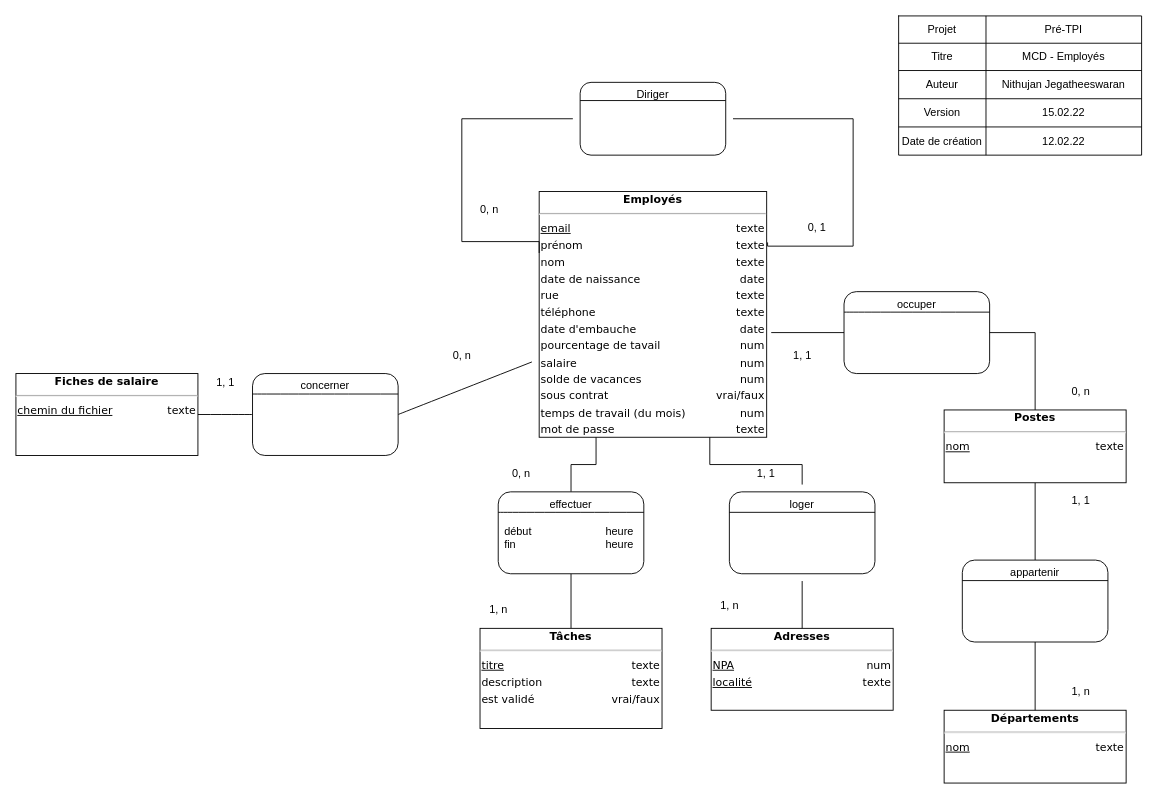
J-Nithujan/employee_mgmt_app keeps this draw.io diagram as conception/MCD_Employés.drawio. Above is the earlier version. Source tidied: cells renumbered, new cells numbered last; positions are measured from the earlier drawing's top-left corner, leaving out a move shared by most shapes. Both pictures are drawn from the tidied source at 91%, with x=0, y=0 at pixel (15, 15).
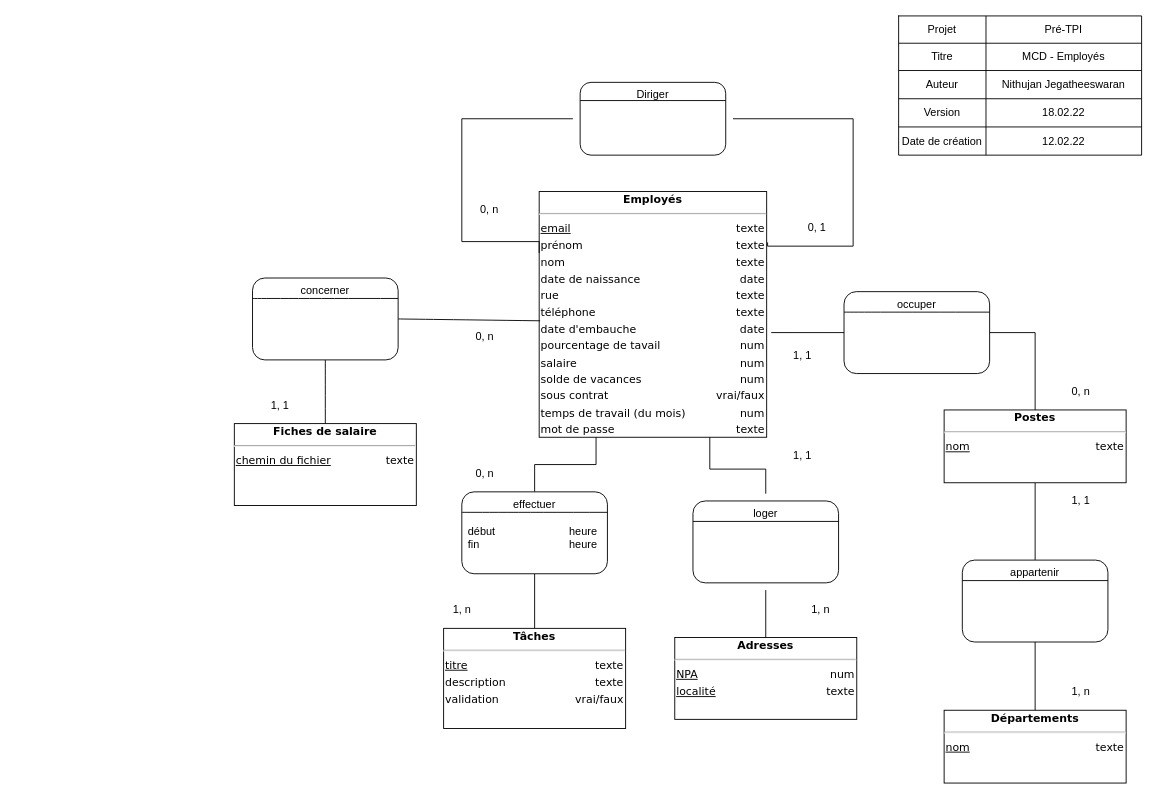
The same page after the edit.

The change refers to these unchanged cells:
```xml
<mxCell id="12" style="shape=partialRectangle;html=1;whiteSpace=wrap;fillColor=none;top=0;left=0;bottom=0;right=0;" parent="2" vertex="1">
  <mxGeometry y="91" width="267" height="31" as="geometry" />
</mxCell>
<mxCell id="18" value="&lt;div style=&quot;box-sizing: border-box ; width: 100% ; padding: 2px&quot;&gt;&lt;span style=&quot;background-color: rgb(255 , 255 , 255)&quot;&gt;&lt;b&gt;Employés&lt;/b&gt;&lt;/span&gt;&lt;/div&gt;&lt;hr&gt;&lt;table style=&quot;width: 100% ; font-size: 1em&quot; cellpadding=&quot;2&quot; cellspacing=&quot;0&quot;&gt;&lt;tbody&gt;&lt;tr&gt;&lt;td style=&quot;text-align: left&quot;&gt;&lt;u&gt;email&lt;/u&gt;&lt;br&gt;&lt;/td&gt;&lt;td style=&quot;text-align: right&quot;&gt;texte&lt;/td&gt;&lt;/tr&gt;&lt;tr&gt;&lt;td style=&quot;text-align: left&quot;&gt;prénom&lt;/td&gt;&lt;td style=&quot;text-align: right&quot;&gt;texte&lt;br&gt;&lt;/td&gt;&lt;/tr&gt;&lt;tr&gt;&lt;td style=&quot;text-align: left&quot;&gt;nom&lt;br&gt;&lt;/td&gt;&lt;td style=&quot;text-align: right&quot;&gt;texte&lt;br&gt;&lt;/td&gt;&lt;/tr&gt;&lt;tr&gt;&lt;td style=&quot;text-align: left&quot;&gt;date de naissance&lt;/td&gt;&lt;td style=&quot;text-align: right&quot;&gt;date&lt;/td&gt;&lt;/tr&gt;&lt;tr&gt;&lt;td style=&quot;text-align: left&quot;&gt;rue&lt;/td&gt;&lt;td style=&quot;text-align: right&quot;&gt;texte&lt;/td&gt;&lt;/tr&gt;&lt;tr&gt;&lt;td style=&quot;text-align: left&quot;&gt;téléphone&lt;/td&gt;&lt;td style=&quot;text-align: right&quot;&gt;texte&lt;/td&gt;&lt;/tr&gt;&lt;tr&gt;&lt;td style=&quot;text-align: left&quot;&gt;date d'embauche&lt;br&gt;&lt;/td&gt;&lt;td style=&quot;text-align: right&quot;&gt;date&lt;/td&gt;&lt;/tr&gt;&lt;tr&gt;&lt;td style=&quot;text-align: left&quot;&gt;pourcentage de tavail&lt;/td&gt;&lt;td style=&quot;text-align: right&quot;&gt;num&lt;/td&gt;&lt;/tr&gt;&lt;tr&gt;&lt;td style=&quot;text-align: left&quot;&gt;salaire&lt;/td&gt;&lt;td style=&quot;text-align: right&quot;&gt;num&lt;/td&gt;&lt;/tr&gt;&lt;tr&gt;&lt;td style=&quot;text-align: left&quot;&gt;solde de vacances&lt;/td&gt;&lt;td style=&quot;text-align: right&quot;&gt;num&lt;/td&gt;&lt;/tr&gt;&lt;tr&gt;&lt;td style=&quot;text-align: left&quot;&gt;sous contrat&lt;/td&gt;&lt;td style=&quot;text-align: right&quot;&gt;vrai/faux&lt;/td&gt;&lt;/tr&gt;&lt;tr&gt;&lt;td style=&quot;text-align: left&quot;&gt;temps de travail (du mois)&lt;/td&gt;&lt;td style=&quot;text-align: right&quot;&gt;num&lt;/td&gt;&lt;/tr&gt;&lt;tr&gt;&lt;td style=&quot;text-align: left&quot;&gt;mot de passe&lt;/td&gt;&lt;td style=&quot;text-align: right&quot;&gt;texte&lt;/td&gt;&lt;/tr&gt;&lt;/tbody&gt;&lt;/table&gt;" style="verticalAlign=top;align=center;overflow=fill;html=1;rounded=0;shadow=0;comic=0;labelBackgroundColor=none;strokeColor=#000000;strokeWidth=1;fillColor=#ffffff;fontFamily=Verdana;fontSize=12;fontColor=#000000;hachureGap=4;" parent="1" vertex="1">
  <mxGeometry x="575" y="193" width="250" height="270" as="geometry" />
</mxCell>
```

What changed in the source:
```diff
@@
-    <mxCell id="14" value="15.02.22" style="shape=partialRectangle;html=1;whiteSpace=wrap;fillColor=none;top=0;left=0;bottom=0;right=0;overflow=hidden;" parent="12" vertex="1">
+    <mxCell id="14" value="18.02.22" style="shape=partialRectangle;html=1;whiteSpace=wrap;fillColor=none;top=0;left=0;bottom=0;right=0;overflow=hidden;" parent="12" vertex="1">
       <mxGeometry x="96" width="171" height="31" as="geometry" />
     </mxCell>
@@
     <mxCell id="19" value="&lt;div style=&quot;box-sizing: border-box ; width: 100% ; padding: 2px&quot;&gt;&lt;span style=&quot;background-color: rgb(255 , 255 , 255)&quot;&gt;&lt;b&gt;Adresses&lt;/b&gt;&lt;/span&gt;&lt;/div&gt;&lt;hr&gt;&lt;table style=&quot;width: 100% ; font-size: 1em&quot; cellpadding=&quot;2&quot; cellspacing=&quot;0&quot;&gt;&lt;tbody&gt;&lt;tr&gt;&lt;td style=&quot;text-align: left&quot;&gt;&lt;u&gt;NPA&lt;/u&gt;&lt;/td&gt;&lt;td style=&quot;text-align: right&quot;&gt;num&lt;br&gt;&lt;/td&gt;&lt;/tr&gt;&lt;tr&gt;&lt;td style=&quot;text-align: left&quot;&gt;&lt;u&gt;localité&lt;/u&gt;&lt;/td&gt;&lt;td style=&quot;text-align: right&quot;&gt;texte&lt;br&gt;&lt;/td&gt;&lt;/tr&gt;&lt;/tbody&gt;&lt;/table&gt;" style="verticalAlign=top;align=center;overflow=fill;html=1;rounded=0;shadow=0;comic=0;labelBackgroundColor=none;strokeColor=#000000;strokeWidth=1;fillColor=#ffffff;fontFamily=Verdana;fontSize=12;fontColor=#000000;hachureGap=4;" parent="1" vertex="1">
-      <mxGeometry x="764" y="673" width="200" height="90" as="geometry" />
+      <mxGeometry x="724" y="683" width="200" height="90" as="geometry" />
     </mxCell>
@@
     <mxCell id="28" value="loger" style="rounded=1;whiteSpace=wrap;html=1;verticalAlign=top;hachureGap=4;" parent="1" vertex="1">
-      <mxGeometry x="784" y="523" width="160" height="90" as="geometry" />
+      <mxGeometry x="744" y="533" width="160" height="90" as="geometry" />
     </mxCell>
     <mxCell id="29" value="1, 1" style="text;html=1;align=center;verticalAlign=middle;strokeColor=none;fillColor=none;" parent="1" vertex="1">
-      <mxGeometry x="804" y="493" width="40" height="20" as="geometry" />
+      <mxGeometry x="844" y="473" width="40" height="20" as="geometry" />
     </mxCell>
     <mxCell id="30" value="1, n" style="text;html=1;align=center;verticalAlign=middle;strokeColor=none;fillColor=none;" parent="1" vertex="1">
-      <mxGeometry x="764" y="637.5" width="40" height="20" as="geometry" />
+      <mxGeometry x="864" y="643" width="40" height="20" as="geometry" />
     </mxCell>
@@
-    <mxCell id="47" value="&lt;div style=&quot;box-sizing: border-box ; width: 100% ; padding: 2px&quot;&gt;&lt;span style=&quot;background-color: rgb(255 , 255 , 255)&quot;&gt;&lt;b&gt;Tâches&lt;/b&gt;&lt;/span&gt;&lt;/div&gt;&lt;hr&gt;&lt;table style=&quot;width: 100% ; font-size: 1em&quot; cellpadding=&quot;2&quot; cellspacing=&quot;0&quot;&gt;&lt;tbody&gt;&lt;tr&gt;&lt;td style=&quot;text-align: left&quot;&gt;&lt;u&gt;titre&lt;/u&gt;&lt;/td&gt;&lt;td style=&quot;text-align: right&quot;&gt;texte&lt;br&gt;&lt;/td&gt;&lt;/tr&gt;&lt;tr&gt;&lt;td style=&quot;text-align: left&quot;&gt;description&lt;/td&gt;&lt;td style=&quot;text-align: right&quot;&gt;texte&lt;/td&gt;&lt;/tr&gt;&lt;tr&gt;&lt;td style=&quot;text-align: left&quot;&gt;est validé&lt;/td&gt;&lt;td style=&quot;text-align: right&quot;&gt;vrai/faux&lt;/td&gt;&lt;/tr&gt;&lt;/tbody&gt;&lt;/table&gt;" style="verticalAlign=top;align=center;overflow=fill;html=1;rounded=0;shadow=0;comic=0;labelBackgroundColor=none;strokeColor=#000000;strokeWidth=1;fillColor=#ffffff;fontFamily=Verdana;fontSize=12;fontColor=#000000;hachureGap=4;" parent="1" vertex="1">
-      <mxGeometry x="510" y="673" width="200" height="110" as="geometry" />
+    <mxCell id="47" value="&lt;div style=&quot;box-sizing: border-box ; width: 100% ; padding: 2px&quot;&gt;&lt;span style=&quot;background-color: rgb(255 , 255 , 255)&quot;&gt;&lt;b&gt;Tâches&lt;/b&gt;&lt;/span&gt;&lt;/div&gt;&lt;hr&gt;&lt;table style=&quot;width: 100% ; font-size: 1em&quot; cellpadding=&quot;2&quot; cellspacing=&quot;0&quot;&gt;&lt;tbody&gt;&lt;tr&gt;&lt;td style=&quot;text-align: left&quot;&gt;&lt;u&gt;titre&lt;/u&gt;&lt;/td&gt;&lt;td style=&quot;text-align: right&quot;&gt;texte&lt;br&gt;&lt;/td&gt;&lt;/tr&gt;&lt;tr&gt;&lt;td style=&quot;text-align: left&quot;&gt;description&lt;/td&gt;&lt;td style=&quot;text-align: right&quot;&gt;texte&lt;/td&gt;&lt;/tr&gt;&lt;tr&gt;&lt;td style=&quot;text-align: left&quot;&gt;validation&lt;/td&gt;&lt;td style=&quot;text-align: right&quot;&gt;vrai/faux&lt;/td&gt;&lt;/tr&gt;&lt;/tbody&gt;&lt;/table&gt;" style="verticalAlign=top;align=center;overflow=fill;html=1;rounded=0;shadow=0;comic=0;labelBackgroundColor=none;strokeColor=#000000;strokeWidth=1;fillColor=#ffffff;fontFamily=Verdana;fontSize=12;fontColor=#000000;hachureGap=4;" parent="1" vertex="1">
+      <mxGeometry x="470" y="673" width="200" height="110" as="geometry" />
     </mxCell>
@@
     <mxCell id="49" value="effectuer" style="rounded=1;whiteSpace=wrap;html=1;verticalAlign=top;hachureGap=4;" parent="1" vertex="1">
-      <mxGeometry x="530" y="523" width="160" height="90" as="geometry" />
+      <mxGeometry x="490" y="523" width="160" height="90" as="geometry" />
     </mxCell>
@@
     <mxCell id="51" value="0, n" style="text;html=1;align=center;verticalAlign=middle;strokeColor=none;fillColor=none;" parent="1" vertex="1">
-      <mxGeometry x="535" y="493" width="40" height="20" as="geometry" />
+      <mxGeometry x="495" y="493" width="40" height="20" as="geometry" />
     </mxCell>
     <mxCell id="52" value="1, n" style="text;html=1;align=center;verticalAlign=middle;strokeColor=none;fillColor=none;" parent="1" vertex="1">
-      <mxGeometry x="510" y="643" width="40" height="20" as="geometry" />
+      <mxGeometry x="470" y="643" width="40" height="20" as="geometry" />
     </mxCell>
     <mxCell id="53" value="&lt;br&gt;" style="text;html=1;align=center;verticalAlign=middle;strokeColor=none;fillColor=none;" parent="1" vertex="1">
-      <mxGeometry x="480" y="473" width="20" height="20" as="geometry" />
+      <mxGeometry x="440" y="368" width="20" height="20" as="geometry" />
     </mxCell>
     <mxCell id="54" value="début&lt;br&gt;fin" style="text;html=1;align=left;verticalAlign=top;strokeColor=none;fillColor=none;" parent="1" vertex="1">
-      <mxGeometry x="535" y="553" width="50" height="30" as="geometry" />
+      <mxGeometry x="495" y="553" width="50" height="30" as="geometry" />
     </mxCell>
     <mxCell id="55" value="heure&lt;br&gt;heure" style="text;html=1;align=right;verticalAlign=top;strokeColor=none;fillColor=none;" parent="1" vertex="1">
-      <mxGeometry x="630" y="553" width="50" height="30" as="geometry" />
+      <mxGeometry x="590" y="553" width="50" height="30" as="geometry" />
     </mxCell>
     <mxCell id="56" value="&lt;div style=&quot;box-sizing: border-box ; width: 100% ; padding: 2px&quot;&gt;&lt;span style=&quot;background-color: rgb(255 , 255 , 255)&quot;&gt;&lt;b&gt;Fiches de salaire&lt;/b&gt;&lt;/span&gt;&lt;/div&gt;&lt;hr&gt;&lt;table style=&quot;width: 100% ; font-size: 1em&quot; cellpadding=&quot;2&quot; cellspacing=&quot;0&quot;&gt;&lt;tbody&gt;&lt;tr&gt;&lt;td style=&quot;text-align: left&quot;&gt;&lt;u&gt;chemin du fichier&lt;/u&gt;&lt;/td&gt;&lt;td style=&quot;text-align: right&quot;&gt;texte&lt;br&gt;&lt;/td&gt;&lt;/tr&gt;&lt;/tbody&gt;&lt;/table&gt;" style="verticalAlign=top;align=center;overflow=fill;html=1;rounded=0;shadow=0;comic=0;labelBackgroundColor=none;strokeColor=#000000;strokeWidth=1;fillColor=#ffffff;fontFamily=Verdana;fontSize=12;fontColor=#000000;hachureGap=4;" parent="1" vertex="1">
-      <mxGeometry y="393" width="200" height="90" as="geometry" />
+      <mxGeometry x="240" y="448" width="200" height="90" as="geometry" />
     </mxCell>
-    <mxCell id="57" style="edgeStyle=none;curved=1;rounded=0;jettySize=auto;html=1;exitX=1;exitY=0.5;exitDx=0;exitDy=0;endArrow=none;endFill=0;startSize=14;endSize=14;sourcePerimeterSpacing=8;targetPerimeterSpacing=8;" parent="1" edge="1" source="59" target="18">
+    <mxCell id="57" style="edgeStyle=none;curved=1;rounded=0;jettySize=auto;html=1;exitX=1;exitY=0.5;exitDx=0;exitDy=0;endArrow=none;endFill=0;startSize=14;endSize=14;sourcePerimeterSpacing=8;targetPerimeterSpacing=8;entryX=0.004;entryY=0.526;entryDx=0;entryDy=0;entryPerimeter=0;" parent="1" edge="1" source="59" target="18">
       <mxGeometry relative="1" as="geometry" />
     </mxCell>
-    <mxCell id="58" style="edgeStyle=none;curved=1;rounded=0;jettySize=auto;html=1;exitX=0;exitY=0.5;exitDx=0;exitDy=0;entryX=1;entryY=0.5;entryDx=0;entryDy=0;endArrow=none;endFill=0;startSize=14;endSize=14;sourcePerimeterSpacing=8;targetPerimeterSpacing=8;" parent="1" edge="1" source="59" target="56">
+    <mxCell id="58" style="edgeStyle=none;curved=1;rounded=0;jettySize=auto;html=1;exitX=0.5;exitY=1;exitDx=0;exitDy=0;entryX=0.5;entryY=0;entryDx=0;entryDy=0;endArrow=none;endFill=0;startSize=14;endSize=14;sourcePerimeterSpacing=8;targetPerimeterSpacing=8;" parent="1" edge="1" source="59" target="56">
       <mxGeometry relative="1" as="geometry" />
     </mxCell>
     <mxCell id="59" value="concerner" style="rounded=1;whiteSpace=wrap;html=1;verticalAlign=top;hachureGap=4;" parent="1" vertex="1">
-      <mxGeometry x="260" y="393" width="160" height="90" as="geometry" />
+      <mxGeometry x="260" y="288" width="160" height="90" as="geometry" />
     </mxCell>
@@
     <mxCell id="61" value="0, n" style="text;html=1;align=center;verticalAlign=middle;strokeColor=none;fillColor=none;" parent="1" vertex="1">
-      <mxGeometry x="470" y="363" width="40" height="20" as="geometry" />
+      <mxGeometry x="495" y="343" width="40" height="20" as="geometry" />
     </mxCell>
     <mxCell id="62" value="1, 1" style="text;html=1;align=center;verticalAlign=middle;strokeColor=none;fillColor=none;" parent="1" vertex="1">
-      <mxGeometry x="210" y="393" width="40" height="20" as="geometry" />
+      <mxGeometry x="270" y="418" width="40" height="20" as="geometry" />
     </mxCell>
```
